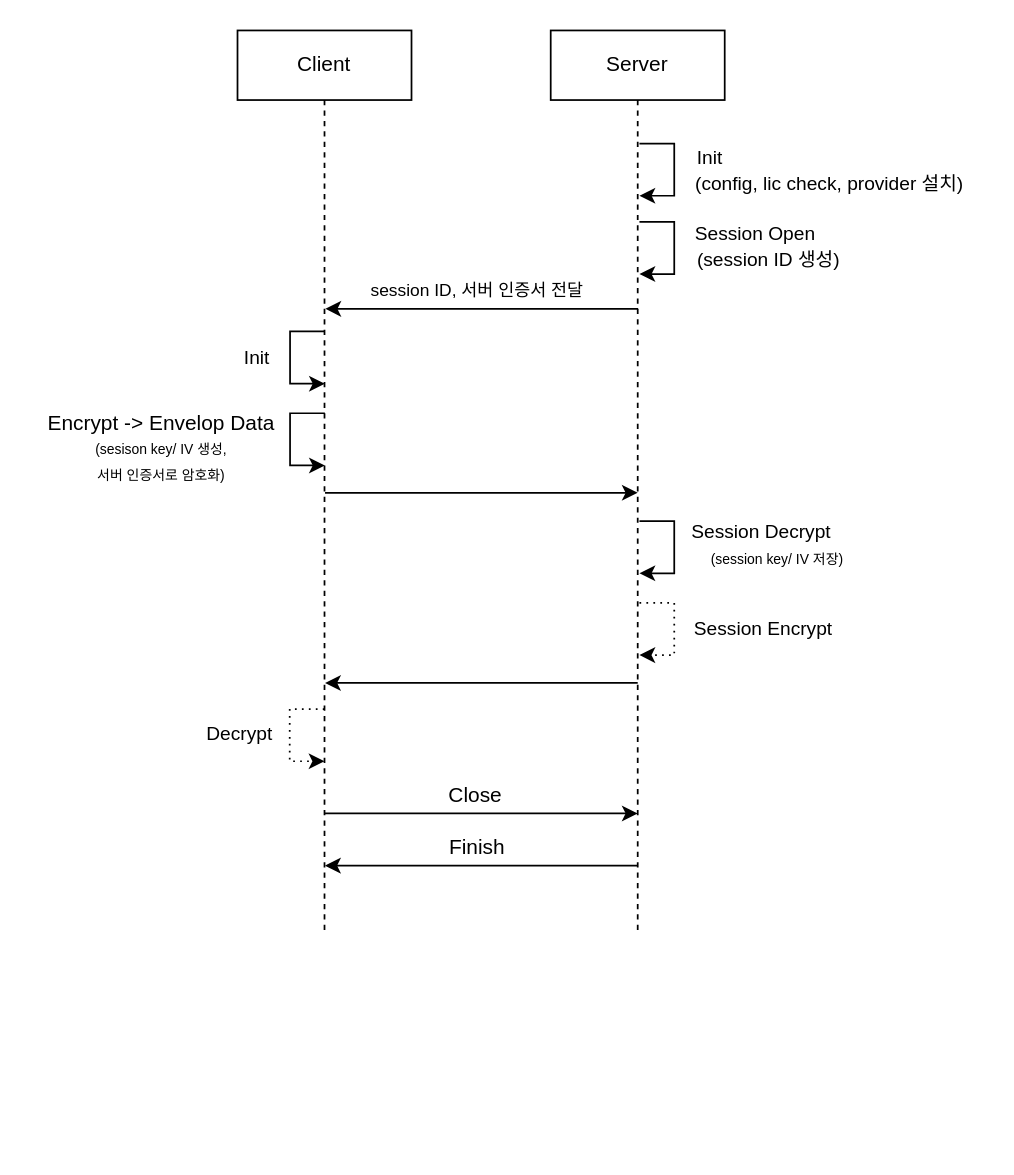
Before: 제목 없는 다이어그램.drawio in Gichan94/korea_b, a draw.io diagram. Source tidied: cells renumbered, new cells numbered last; positions are measured from the earlier drawing's top-left corner, leaving out a move shared by most shapes. Both pictures are drawn from the tidied source at 174%, with x=0, y=0 at pixel (30, 30).
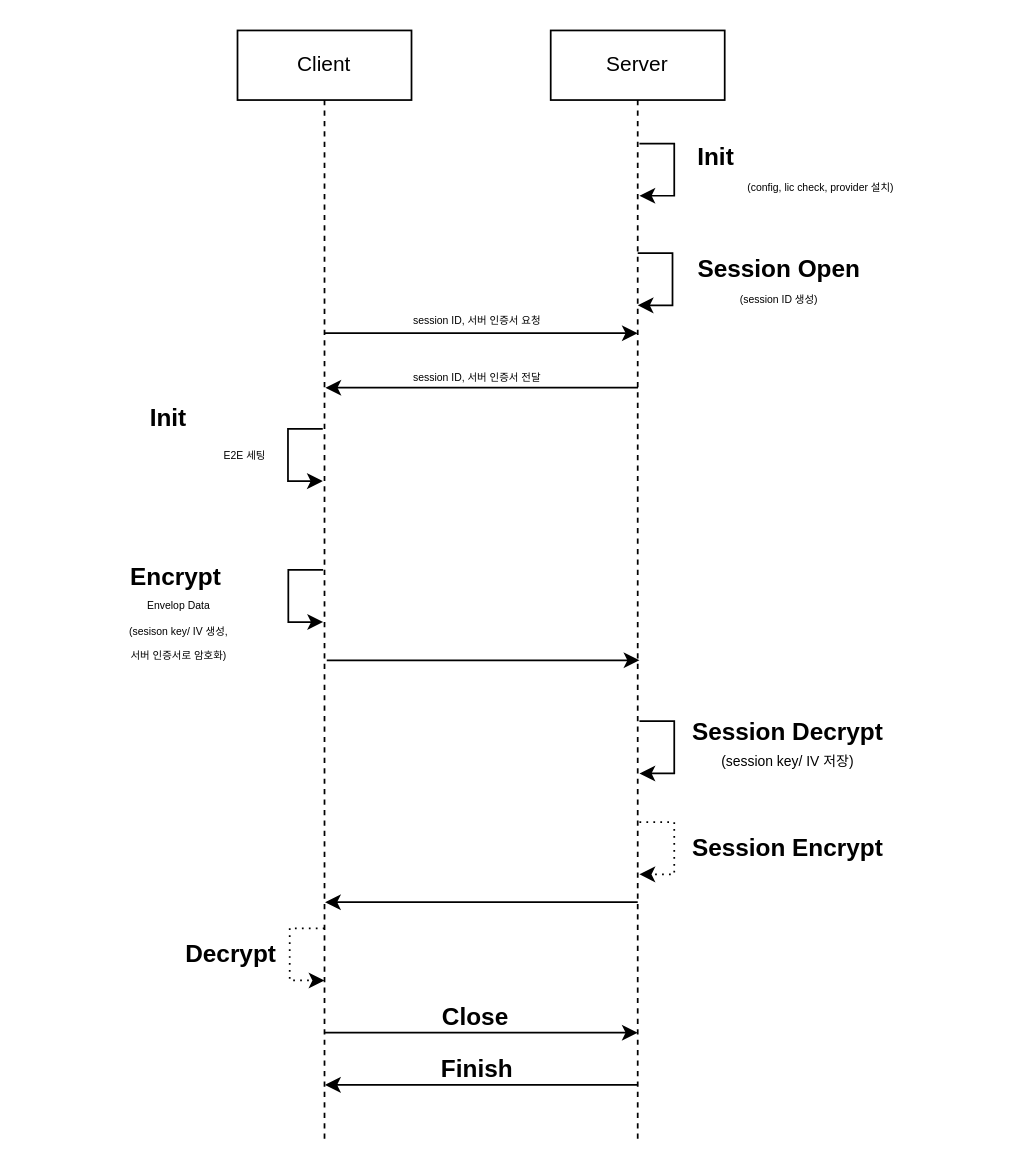
The same page after the edit.

Commit message:
제목 없는 다이어그램.drawio 업데이트

Diff of the diagram source:
```diff
@@
     <mxCell id="2" value="Client" style="shape=umlLifeline;perimeter=lifelinePerimeter;whiteSpace=wrap;html=1;newEdgeStyle={&quot;edgeStyle&quot;:&quot;elbowEdgeStyle&quot;,&quot;elbow&quot;:&quot;vertical&quot;,&quot;curved&quot;:0,&quot;rounded&quot;:0};" parent="1" vertex="1">
-      <mxGeometry x="119" width="100" height="520" as="geometry" />
+      <mxGeometry x="119" width="100" height="640" as="geometry" />
     </mxCell>
     <mxCell id="3" value="Server" style="shape=umlLifeline;perimeter=lifelinePerimeter;whiteSpace=wrap;html=1;newEdgeStyle={&quot;edgeStyle&quot;:&quot;elbowEdgeStyle&quot;,&quot;elbow&quot;:&quot;vertical&quot;,&quot;curved&quot;:0,&quot;rounded&quot;:0};" parent="1" vertex="1">
-      <mxGeometry x="299" width="100" height="520" as="geometry" />
+      <mxGeometry x="299" width="100" height="640" as="geometry" />
     </mxCell>
-    <mxCell id="4" value="&lt;span style=&quot;font-size: 11px;&quot;&gt;Init&amp;nbsp; &amp;nbsp; &amp;nbsp; &amp;nbsp; &amp;nbsp; &amp;nbsp; &amp;nbsp; &amp;nbsp; &amp;nbsp; &amp;nbsp; &amp;nbsp; &amp;nbsp; &amp;nbsp; &amp;nbsp; &amp;nbsp; &amp;nbsp; &amp;nbsp; &amp;nbsp; &amp;nbsp; &amp;nbsp; &amp;nbsp; &amp;nbsp; &amp;nbsp;&lt;br&gt;(config, lic check, provider 설치)&lt;br&gt;&lt;/span&gt;" style="text;html=1;align=center;verticalAlign=middle;strokeColor=none;fillColor=none;" parent="1" vertex="1">
-      <mxGeometry x="369" y="60" width="180" height="40" as="geometry" />
+    <mxCell id="4" value="&lt;font style=&quot;font-size: 14px;&quot;&gt;&lt;font style=&quot;&quot;&gt;&lt;b style=&quot;&quot;&gt;Init&amp;nbsp; &amp;nbsp; &amp;nbsp; &amp;nbsp;&lt;/b&gt;&lt;/font&gt;&amp;nbsp; &amp;nbsp; &amp;nbsp; &amp;nbsp; &amp;nbsp; &amp;nbsp; &amp;nbsp; &amp;nbsp; &amp;nbsp; &amp;nbsp; &amp;nbsp; &amp;nbsp;&amp;nbsp;&lt;/font&gt;&lt;br&gt;&lt;font style=&quot;font-size: 6px;&quot;&gt;(config, lic check, provider 설치)&lt;/font&gt;" style="text;html=1;align=center;verticalAlign=middle;strokeColor=none;fillColor=none;" parent="1" vertex="1">
+      <mxGeometry x="369.2" y="60" width="170" height="40" as="geometry" />
     </mxCell>
@@
     <mxCell id="6" style="endArrow=classic;html=1;rounded=0;" parent="1" edge="1">
       <mxGeometry relative="1" as="geometry">
-        <mxPoint x="349.2" y="160" as="sourcePoint" />
-        <mxPoint x="169.5" y="160" as="targetPoint" />
+        <mxPoint x="349.2" y="205.3" as="sourcePoint" />
+        <mxPoint x="169.5" y="205.3" as="targetPoint" />
       </mxGeometry>
     </mxCell>
-    <mxCell id="7" value="&lt;font style=&quot;font-size: 10px;&quot;&gt;session ID, 서버 인증서 전달&lt;/font&gt;" style="text;html=1;strokeColor=none;fillColor=none;align=center;verticalAlign=middle;whiteSpace=wrap;overflow=hidden;" parent="1" vertex="1">
-      <mxGeometry x="162" y="139" width="190" height="20" as="geometry" />
+    <mxCell id="7" value="&lt;font style=&quot;font-size: 6px;&quot;&gt;session ID, 서버 인증서 전달&lt;/font&gt;" style="text;html=1;strokeColor=none;fillColor=none;align=center;verticalAlign=middle;whiteSpace=wrap;overflow=hidden;" parent="1" vertex="1">
+      <mxGeometry x="162" y="188" width="190" height="20" as="geometry" />
     </mxCell>
-    <mxCell id="8" style="endArrow=classic;html=1;rounded=0;" parent="1" edge="1">
-      <mxGeometry relative="1" as="geometry">
-        <mxPoint x="169.2" y="173" as="sourcePoint" />
-        <mxPoint x="169.2" y="203" as="targetPoint" />
-        <Array as="points">
-          <mxPoint x="149.2" y="173" />
-          <mxPoint x="149.2" y="203" />
-        </Array>
-      </mxGeometry>
-    </mxCell>
-    <mxCell id="9" value="&lt;span style=&quot;font-size: 11px;&quot;&gt;Init&lt;br&gt;&lt;/span&gt;" style="text;html=1;align=center;verticalAlign=middle;strokeColor=none;fillColor=none;" parent="1" vertex="1">
-      <mxGeometry x="110" y="173" width="40" height="30" as="geometry" />
-    </mxCell>
-    <mxCell id="10" value="&lt;span style=&quot;font-size: 11px;&quot;&gt;Decrypt&lt;br&gt;&lt;/span&gt;" style="text;html=1;align=center;verticalAlign=middle;strokeColor=none;fillColor=none;" parent="1" vertex="1">
-      <mxGeometry x="90" y="389" width="60" height="30" as="geometry" />
-    </mxCell>
     <mxCell id="11" style="endArrow=classic;html=1;rounded=0;" parent="1" edge="1">
       <mxGeometry relative="1" as="geometry">
-        <mxPoint x="349" y="480" as="sourcePoint" />
-        <mxPoint x="169.3" y="480" as="targetPoint" />
+        <mxPoint x="349" y="606" as="sourcePoint" />
+        <mxPoint x="169.3" y="606" as="targetPoint" />
         <Array as="points">
-          <mxPoint x="262" y="480" />
+          <mxPoint x="262" y="606" />
         </Array>
       </mxGeometry>
     </mxCell>
-    <mxCell id="12" value="Finish" style="text;html=1;strokeColor=none;fillColor=none;align=center;verticalAlign=middle;whiteSpace=wrap;overflow=hidden;" parent="1" vertex="1">
-      <mxGeometry x="213.5" y="460" width="85.7" height="20" as="geometry" />
+    <mxCell id="12" value="&lt;font style=&quot;font-size: 14px;&quot;&gt;&lt;b&gt;Finish&lt;/b&gt;&lt;/font&gt;" style="text;html=1;strokeColor=none;fillColor=none;align=center;verticalAlign=middle;whiteSpace=wrap;overflow=hidden;" parent="1" vertex="1">
+      <mxGeometry x="214.2" y="586" width="85.7" height="20" as="geometry" />
     </mxCell>
-    <mxCell id="13" value="&lt;span style=&quot;font-size: 11px;&quot;&gt;Session Open&amp;nbsp; &amp;nbsp; &amp;nbsp;&lt;br&gt;(session ID 생성)&lt;br&gt;&lt;/span&gt;" style="text;html=1;align=center;verticalAlign=middle;strokeColor=none;fillColor=none;" parent="1" vertex="1">
-      <mxGeometry x="369" y="104" width="110" height="40" as="geometry" />
+    <mxCell id="13" value="&lt;font style=&quot;font-size: 14px;&quot;&gt;&lt;b style=&quot;&quot;&gt;&lt;font style=&quot;&quot;&gt;Session Open&lt;/font&gt;&lt;/b&gt;&lt;br&gt;&lt;/font&gt;&lt;font style=&quot;font-size: 6px;&quot;&gt;(session ID 생성)&lt;/font&gt;" style="text;html=1;align=center;verticalAlign=middle;strokeColor=none;fillColor=none;" parent="1" vertex="1">
+      <mxGeometry x="370" y="124" width="120" height="40" as="geometry" />
     </mxCell>
     <mxCell id="14" style="endArrow=classic;html=1;rounded=0;" parent="1" edge="1">
       <mxGeometry relative="1" as="geometry">
-        <mxPoint x="350" y="110" as="sourcePoint" />
-        <mxPoint x="350" y="140" as="targetPoint" />
+        <mxPoint x="349" y="128" as="sourcePoint" />
+        <mxPoint x="349" y="158" as="targetPoint" />
         <Array as="points">
-          <mxPoint x="370" y="110" />
-          <mxPoint x="370" y="140" />
+          <mxPoint x="369" y="128" />
+          <mxPoint x="369" y="158" />
         </Array>
       </mxGeometry>
     </mxCell>
-    <mxCell id="15" style="endArrow=classic;html=1;rounded=0;" parent="1" edge="1">
-      <mxGeometry relative="1" as="geometry">
-        <mxPoint x="169.3" y="265.7" as="sourcePoint" />
-        <mxPoint x="349" y="265.7" as="targetPoint" />
-        <Array as="points">
-          <mxPoint x="255.5" y="265.7" />
-        </Array>
-      </mxGeometry>
-    </mxCell>
-    <mxCell id="16" value="&lt;span style=&quot;font-size: 11px;&quot;&gt;Session Decrypt&amp;nbsp; &amp;nbsp; &amp;nbsp;&amp;nbsp;&lt;/span&gt;&lt;br&gt;&lt;font style=&quot;font-size: 8px;&quot;&gt;(session key/ IV 저장)&lt;/font&gt;" style="text;html=1;align=center;verticalAlign=middle;strokeColor=none;fillColor=none;" parent="1" vertex="1">
-      <mxGeometry x="369" y="275" width="120" height="40" as="geometry" />
-    </mxCell>
-    <mxCell id="17" style="endArrow=classic;html=1;rounded=0;" parent="1" edge="1">
-      <mxGeometry relative="1" as="geometry">
-        <mxPoint x="350" y="282" as="sourcePoint" />
-        <mxPoint x="350" y="312" as="targetPoint" />
-        <Array as="points">
-          <mxPoint x="370" y="282" />
-          <mxPoint x="370" y="312" />
-        </Array>
-      </mxGeometry>
-    </mxCell>
     <mxCell id="18" style="endArrow=classic;html=1;rounded=0;" parent="1" edge="1">
       <mxGeometry relative="1" as="geometry">
-        <mxPoint x="169.3" y="450" as="sourcePoint" />
-        <mxPoint x="349" y="450" as="targetPoint" />
+        <mxPoint x="169.3" y="576" as="sourcePoint" />
+        <mxPoint x="349" y="576" as="targetPoint" />
         <Array as="points">
-          <mxPoint x="255.5" y="450" />
+          <mxPoint x="255.5" y="576" />
         </Array>
       </mxGeometry>
     </mxCell>
-    <mxCell id="19" value="Close" style="text;html=1;strokeColor=none;fillColor=none;align=center;verticalAlign=middle;whiteSpace=wrap;overflow=hidden;" parent="1" vertex="1">
-      <mxGeometry x="216.2" y="430" width="80" height="20" as="geometry" />
+    <mxCell id="19" value="&lt;font style=&quot;font-size: 14px;&quot;&gt;&lt;b&gt;Close&lt;/b&gt;&lt;/font&gt;" style="text;html=1;strokeColor=none;fillColor=none;align=center;verticalAlign=middle;whiteSpace=wrap;overflow=hidden;" parent="1" vertex="1">
+      <mxGeometry x="216.2" y="556" width="80" height="20" as="geometry" />
     </mxCell>
-    <mxCell id="20" style="endArrow=classic;html=1;rounded=0;dashed=1;dashPattern=1 3;" parent="1" edge="1">
-      <mxGeometry relative="1" as="geometry">
-        <mxPoint x="169" y="390" as="sourcePoint" />
-        <mxPoint x="169" y="420" as="targetPoint" />
-        <Array as="points">
-          <mxPoint x="149" y="390" />
-          <mxPoint x="149" y="420" />
-        </Array>
-      </mxGeometry>
-    </mxCell>
-    <mxCell id="21" style="endArrow=classic;html=1;rounded=0;" parent="1" edge="1">
-      <mxGeometry relative="1" as="geometry">
-        <mxPoint x="169.2" y="220" as="sourcePoint" />
-        <mxPoint x="169.2" y="250" as="targetPoint" />
-        <Array as="points">
-          <mxPoint x="149.2" y="220" />
-          <mxPoint x="149.2" y="250" />
-        </Array>
-      </mxGeometry>
-    </mxCell>
-    <mxCell id="22" value="Encrypt -&amp;gt; Envelop Data&lt;br&gt;&lt;font style=&quot;font-size: 8px;&quot;&gt;(sesison key/ IV 생성,&lt;br&gt;서버 인증서로 암호화)&lt;/font&gt;&lt;span style=&quot;font-size: 11px;&quot;&gt;&lt;br&gt;&lt;/span&gt;" style="text;html=1;align=center;verticalAlign=middle;strokeColor=none;fillColor=none;" parent="1" vertex="1">
-      <mxGeometry y="210" width="150" height="60" as="geometry" />
-    </mxCell>
+    <mxCell id="25" style="endArrow=classic;html=1;rounded=0;" parent="1" edge="1">
+      <mxGeometry relative="1" as="geometry">
+        <mxPoint x="349" y="501" as="sourcePoint" />
+        <mxPoint x="169.3" y="501" as="targetPoint" />
+      </mxGeometry>
+    </mxCell>
+    <mxCell id="26" value="&lt;font style=&quot;font-size: 6px;&quot;&gt;E2E 세팅&lt;/font&gt;" style="text;html=1;align=center;verticalAlign=middle;strokeColor=none;fillColor=none;" parent="1" vertex="1">
+      <mxGeometry x="88" y="228" width="70" height="30" as="geometry" />
+    </mxCell>
+    <mxCell id="27" style="endArrow=classic;html=1;rounded=0;" parent="1" edge="1">
+      <mxGeometry relative="1" as="geometry">
+        <mxPoint x="168" y="229" as="sourcePoint" />
+        <mxPoint x="168" y="259" as="targetPoint" />
+        <Array as="points">
+          <mxPoint x="148" y="229" />
+          <mxPoint x="148" y="259" />
+        </Array>
+      </mxGeometry>
+    </mxCell>
+    <mxCell id="28" value="&lt;b&gt;&lt;font style=&quot;font-size: 14px;&quot;&gt;Encrypt&lt;/font&gt;&lt;/b&gt;&amp;nbsp;&lt;br&gt;&lt;font style=&quot;font-size: 6px;&quot;&gt;Envelop Data&lt;br&gt;&lt;font style=&quot;&quot;&gt;(sesison key/ IV 생성,&lt;br&gt;서버 인증서로 암호화)&lt;/font&gt;&lt;/font&gt;&lt;span style=&quot;font-size: 11px;&quot;&gt;&lt;br&gt;&lt;/span&gt;" style="text;html=1;align=center;verticalAlign=middle;strokeColor=none;fillColor=none;" parent="1" vertex="1">
+      <mxGeometry x="25" y="300" width="120" height="70" as="geometry" />
+    </mxCell>
+    <mxCell id="29" style="endArrow=classic;html=1;rounded=0;" parent="1" edge="1">
+      <mxGeometry relative="1" as="geometry">
+        <mxPoint x="168.2" y="310" as="sourcePoint" />
+        <mxPoint x="168.2" y="340" as="targetPoint" />
+        <Array as="points">
+          <mxPoint x="148.2" y="310" />
+          <mxPoint x="148.2" y="340" />
+        </Array>
+      </mxGeometry>
+    </mxCell>
+    <mxCell id="30" style="endArrow=classic;html=1;rounded=0;" parent="1" edge="1">
+      <mxGeometry relative="1" as="geometry">
+        <mxPoint x="170.3" y="362" as="sourcePoint" />
+        <mxPoint x="350" y="362" as="targetPoint" />
+        <Array as="points">
+          <mxPoint x="256.5" y="362" />
+        </Array>
+      </mxGeometry>
+    </mxCell>
+    <mxCell id="31" style="endArrow=classic;html=1;rounded=0;" parent="1" edge="1">
+      <mxGeometry relative="1" as="geometry">
+        <mxPoint x="350" y="397" as="sourcePoint" />
+        <mxPoint x="350" y="427" as="targetPoint" />
+        <Array as="points">
+          <mxPoint x="370" y="397" />
+          <mxPoint x="370" y="427" />
+        </Array>
+      </mxGeometry>
+    </mxCell>
+    <mxCell id="16" value="&lt;font style=&quot;font-size: 14px;&quot;&gt;&lt;b style=&quot;&quot;&gt;Session Decrypt&lt;/b&gt;&lt;/font&gt;&lt;br&gt;&lt;font style=&quot;font-size: 8px;&quot;&gt;(session key/ IV 저장)&lt;/font&gt;" style="text;html=1;align=center;verticalAlign=middle;strokeColor=none;fillColor=none;" parent="1" vertex="1">
+      <mxGeometry x="370" y="390" width="130" height="40" as="geometry" />
+    </mxCell>
+    <mxCell id="32" style="endArrow=classic;html=1;rounded=0;dashed=1;dashPattern=1 3;" parent="1" edge="1">
+      <mxGeometry relative="1" as="geometry">
+        <mxPoint x="350" y="455" as="sourcePoint" />
+        <mxPoint x="350" y="485" as="targetPoint" />
+        <Array as="points">
+          <mxPoint x="370" y="455" />
+          <mxPoint x="370" y="485" />
+        </Array>
+      </mxGeometry>
+    </mxCell>
+    <mxCell id="10" value="&lt;b style=&quot;&quot;&gt;&lt;font style=&quot;font-size: 14px;&quot;&gt;Decrypt&lt;/font&gt;&lt;/b&gt;" style="text;html=1;align=center;verticalAlign=middle;strokeColor=none;fillColor=none;" parent="1" vertex="1">
+      <mxGeometry x="75" y="516" width="80" height="30" as="geometry" />
+    </mxCell>
+    <mxCell id="33" style="endArrow=classic;html=1;rounded=0;dashed=1;dashPattern=1 3;" parent="1" edge="1">
+      <mxGeometry relative="1" as="geometry">
+        <mxPoint x="169" y="516" as="sourcePoint" />
+        <mxPoint x="169" y="546" as="targetPoint" />
+        <Array as="points">
+          <mxPoint x="149" y="516" />
+          <mxPoint x="149" y="546" />
+        </Array>
+      </mxGeometry>
+    </mxCell>
+    <mxCell id="34" style="endArrow=classic;html=1;rounded=0;" parent="1" edge="1">
+      <mxGeometry relative="1" as="geometry">
+        <mxPoint x="169.3" y="174" as="sourcePoint" />
+        <mxPoint x="349" y="174" as="targetPoint" />
+        <Array as="points">
+          <mxPoint x="255.5" y="174" />
+        </Array>
+      </mxGeometry>
+    </mxCell>
+    <mxCell id="35" value="&lt;font style=&quot;font-size: 6px;&quot;&gt;session ID, 서버 인증서 요청&lt;/font&gt;" style="text;html=1;strokeColor=none;fillColor=none;align=center;verticalAlign=middle;whiteSpace=wrap;overflow=hidden;" parent="1" vertex="1">
+      <mxGeometry x="162" y="155" width="190" height="20" as="geometry" />
+    </mxCell>
+    <mxCell id="9" value="&lt;b style=&quot;&quot;&gt;&lt;font style=&quot;font-size: 14px;&quot;&gt;Init&lt;/font&gt;&lt;/b&gt;" style="text;html=1;align=center;verticalAlign=middle;strokeColor=none;fillColor=none;" parent="1" vertex="1">
+      <mxGeometry x="59" y="208" width="40" height="30" as="geometry" />
+    </mxCell>
-    <mxCell id="23" value="&lt;span style=&quot;font-size: 11px;&quot;&gt;Session Encrypt&lt;br&gt;&lt;/span&gt;" style="text;html=1;align=center;verticalAlign=middle;strokeColor=none;fillColor=none;" parent="1" vertex="1">
-      <mxGeometry x="371" y="329" width="100" height="30" as="geometry" />
+    <mxCell id="23" value="&lt;font style=&quot;font-size: 14px;&quot;&gt;&lt;b&gt;Session Encrypt&lt;/b&gt;&lt;/font&gt;" style="text;html=1;align=center;verticalAlign=middle;strokeColor=none;fillColor=none;" parent="1" vertex="1">
+      <mxGeometry x="370" y="455" width="130" height="30" as="geometry" />
     </mxCell>
-    <mxCell id="24" style="endArrow=classic;html=1;rounded=0;dashed=1;dashPattern=1 3;" parent="1" edge="1">
-      <mxGeometry relative="1" as="geometry">
-        <mxPoint x="350" y="329" as="sourcePoint" />
-        <mxPoint x="350" y="359" as="targetPoint" />
-        <Array as="points">
-          <mxPoint x="370" y="329" />
-          <mxPoint x="370" y="359" />
-        </Array>
-      </mxGeometry>
-    </mxCell>
-    <mxCell id="25" style="endArrow=classic;html=1;rounded=0;" parent="1" edge="1">
-      <mxGeometry relative="1" as="geometry">
-        <mxPoint x="349" y="375" as="sourcePoint" />
-        <mxPoint x="169.3" y="375" as="targetPoint" />
-      </mxGeometry>
-    </mxCell>
```
